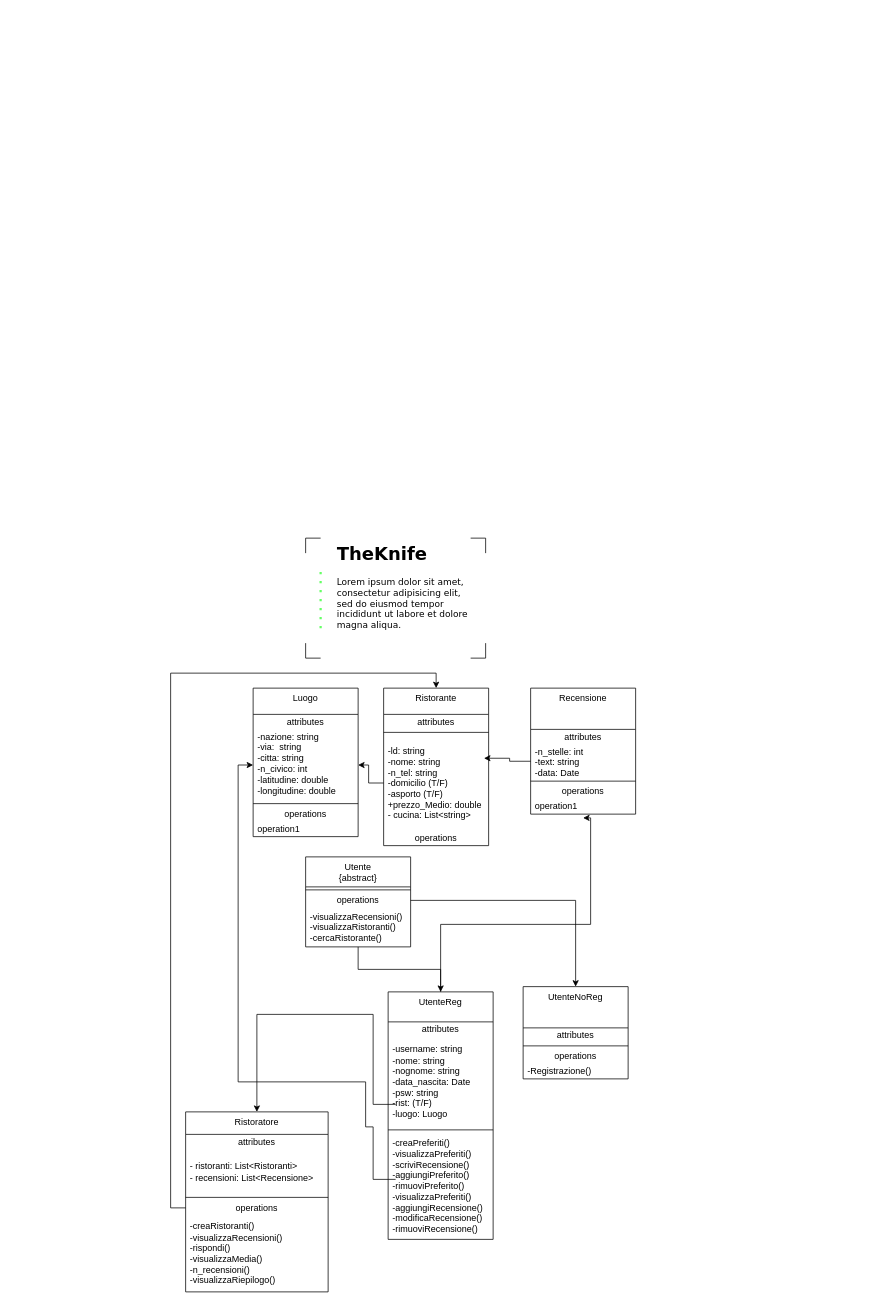
Above: resources/UML.drawio in Tommaso-Ossuzio/TheKnife (draw.io), before the change. Source tidied: cells renumbered, new cells numbered last; positions are measured from the earlier drawing's top-left corner, leaving out a move shared by most shapes. Both pictures are drawn from the tidied source at 75%, with x=0, y=0 at pixel (185, 538).
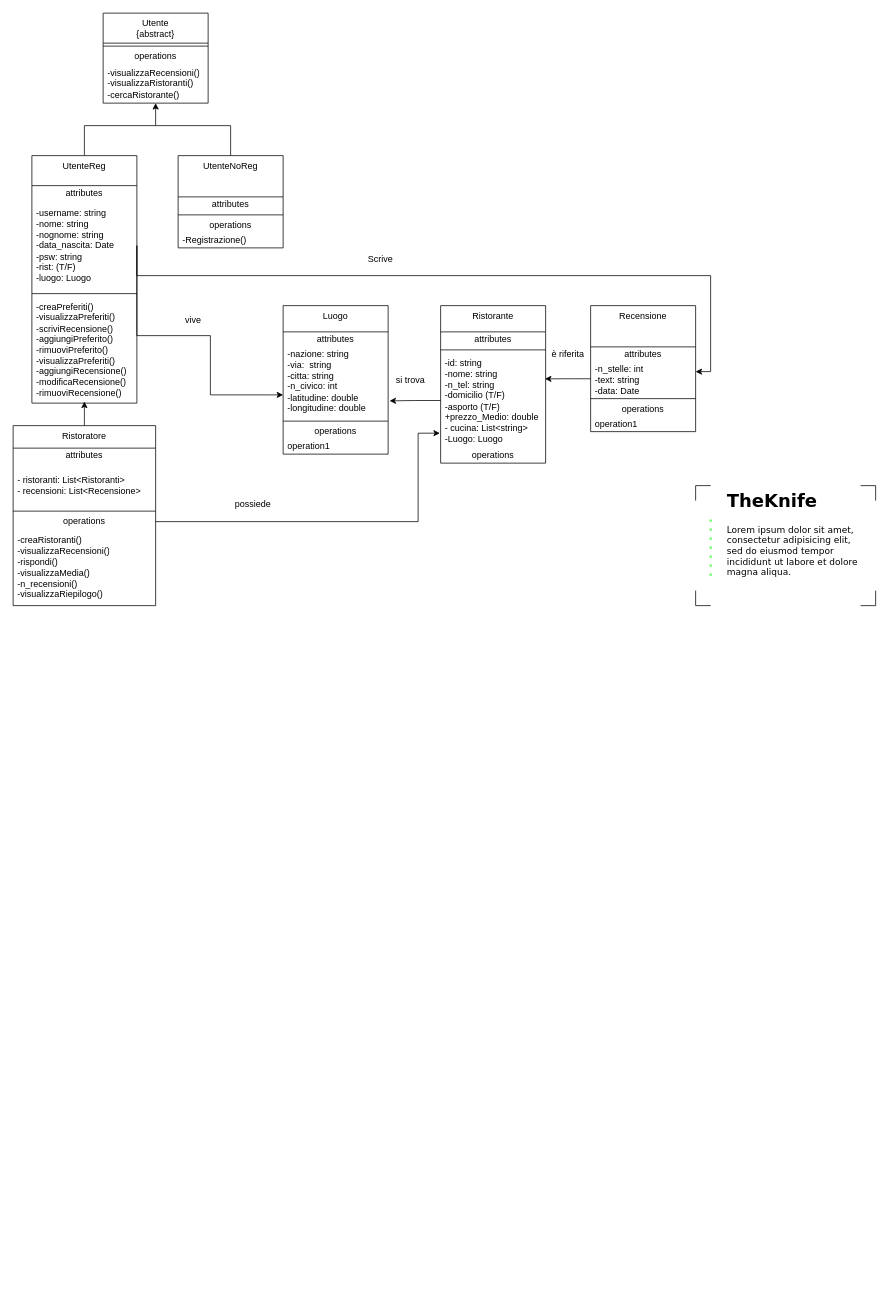
Above is the later version.

The change refers to these unchanged cells:
```xml
<mxCell id="16" value="-nazione: string&lt;div&gt;-via:&amp;nbsp; string&lt;/div&gt;&lt;div&gt;-citta: string&lt;/div&gt;&lt;div&gt;-n_civico: int&lt;/div&gt;&lt;div&gt;&lt;div&gt;-latitudine: double&lt;/div&gt;&lt;div&gt;-longitudine: double&lt;/div&gt;&lt;/div&gt;&lt;div&gt;&lt;br&gt;&lt;/div&gt;" style="text;html=1;strokeColor=none;fillColor=none;align=left;verticalAlign=middle;spacingLeft=4;spacingRight=4;overflow=hidden;points=[[0,0.5],[1,0.5]];portConstraint=eastwest;whiteSpace=wrap;" parent="14" vertex="1">
  <mxGeometry y="55" width="140" height="95" as="geometry" />
</mxCell>
<mxCell id="22" value="&lt;font style=&quot;color: light-dark(rgb(0, 0, 0), rgb(255, 255, 255));&quot;&gt;-n_stelle: int&lt;/font&gt;&lt;div&gt;&lt;font style=&quot;color: light-dark(rgb(0, 0, 0), rgb(255, 255, 255));&quot;&gt;-text: string&amp;nbsp;&lt;/font&gt;&lt;/div&gt;&lt;div&gt;&lt;font style=&quot;color: light-dark(rgb(0, 0, 0), rgb(255, 255, 255));&quot;&gt;-data: Date&lt;/font&gt;&lt;/div&gt;" style="text;html=1;strokeColor=light-dark(transparent,#FFFFFF);fillColor=none;align=left;verticalAlign=middle;spacingLeft=4;spacingRight=4;overflow=hidden;points=[[0,0.5],[1,0.5]];portConstraint=eastwest;fontColor=#808080;whiteSpace=wrap;" parent="20" vertex="1">
  <mxGeometry y="75" width="140" height="45" as="geometry" />
</mxCell>
<mxCell id="25" value="operation1" style="text;html=1;strokeColor=none;fillColor=none;align=left;verticalAlign=middle;spacingLeft=4;spacingRight=4;overflow=hidden;points=[[0,0.5],[1,0.5]];portConstraint=eastwest;whiteSpace=wrap;" parent="20" vertex="1">
  <mxGeometry y="148" width="140" height="20" as="geometry" />
</mxCell>
<mxCell id="30" value="operations" style="text;html=1;strokeColor=none;fillColor=none;align=center;verticalAlign=middle;spacingLeft=4;spacingRight=4;overflow=hidden;points=[[0,0.5],[1,0.5]];portConstraint=eastwest;whiteSpace=wrap;" parent="28" vertex="1">
  <mxGeometry y="48" width="140" height="20" as="geometry" />
</mxCell>
<mxCell id="34" value="&lt;div&gt;&lt;span style=&quot;color: light-dark(rgb(0, 0, 0), rgb(255, 255, 255)); background-color: transparent;&quot;&gt;-username: string&lt;/span&gt;&lt;/div&gt;&lt;div&gt;&lt;span style=&quot;color: light-dark(rgb(0, 0, 0), rgb(255, 255, 255)); background-color: transparent;&quot;&gt;-nome: string&lt;/span&gt;&lt;/div&gt;&lt;div style=&quot;color: rgb(127, 127, 127);&quot;&gt;&lt;font style=&quot;color: light-dark(rgb(0, 0, 0), rgb(255, 255, 255));&quot;&gt;-nognome: string&lt;/font&gt;&lt;/div&gt;&lt;div style=&quot;color: rgb(127, 127, 127);&quot;&gt;&lt;font style=&quot;color: light-dark(rgb(0, 0, 0), rgb(255, 255, 255));&quot;&gt;-data_nascita: Date&lt;/font&gt;&lt;/div&gt;&lt;div style=&quot;color: rgb(127, 127, 127);&quot;&gt;&lt;font style=&quot;color: light-dark(rgb(0, 0, 0), rgb(255, 255, 255));&quot;&gt;-psw: string&lt;/font&gt;&lt;/div&gt;&lt;div style=&quot;color: rgb(127, 127, 127);&quot;&gt;&lt;font style=&quot;color: light-dark(rgb(0, 0, 0), rgb(255, 255, 255));&quot;&gt;-rist: (T/F)&lt;/font&gt;&lt;/div&gt;&lt;div style=&quot;color: rgb(127, 127, 127);&quot;&gt;&lt;font style=&quot;color: light-dark(rgb(0, 0, 0), rgb(255, 255, 255));&quot;&gt;-luogo: Luogo&amp;nbsp;&lt;/font&gt;&lt;/div&gt;" style="text;html=1;strokeColor=none;fillColor=none;align=left;verticalAlign=middle;spacingLeft=4;spacingRight=4;overflow=hidden;points=[[0,0.5],[1,0.5]];portConstraint=eastwest;whiteSpace=wrap;" parent="32" vertex="1">
  <mxGeometry y="60" width="140" height="120" as="geometry" />
</mxCell>
<mxCell id="36" value="-creaPreferiti()&lt;div&gt;-visualizzaPreferiti()&lt;/div&gt;&lt;div&gt;-scriviRecensione()&lt;/div&gt;&lt;div&gt;-aggiungiPreferito()&lt;/div&gt;&lt;div&gt;-rimuoviPreferito()&lt;/div&gt;&lt;div&gt;-visualizzaPreferiti()&lt;/div&gt;&lt;div&gt;-aggiungiRecensione()&lt;/div&gt;&lt;div&gt;-modificaRecensione()&lt;/div&gt;&lt;div&gt;-rimuoviRecensione()&lt;/div&gt;" style="text;html=1;strokeColor=none;fillColor=none;align=left;verticalAlign=middle;spacingLeft=4;spacingRight=4;overflow=hidden;points=[[0,0.5],[1,0.5]];portConstraint=eastwest;whiteSpace=wrap;" parent="32" vertex="1">
  <mxGeometry y="188" width="140" height="142" as="geometry" />
</mxCell>
<mxCell id="46" value="operations" style="text;html=1;strokeColor=none;fillColor=none;align=center;verticalAlign=middle;spacingLeft=4;spacingRight=4;overflow=hidden;points=[[0,0.5],[1,0.5]];portConstraint=eastwest;whiteSpace=wrap;" parent="42" vertex="1">
  <mxGeometry y="118" width="190" height="20" as="geometry" />
</mxCell>
```

Diff of the diagram source:
```diff
@@
     <mxCell id="2" value="&lt;h1 style=&quot;margin-top: 0px;&quot;&gt;&lt;font face=&quot;Verdana&quot;&gt;TheKnife&lt;/font&gt;&lt;/h1&gt;&lt;p&gt;&lt;font face=&quot;Verdana&quot;&gt;Lorem ipsum dolor sit amet, consectetur adipisicing elit, sed do eiusmod tempor incididunt ut labore et dolore magna aliqua.&lt;/font&gt;&lt;/p&gt;" style="text;html=1;whiteSpace=wrap;overflow=hidden;rounded=0;" parent="1" vertex="1">
-      <mxGeometry x="200" width="180" height="140" as="geometry" />
+      <mxGeometry x="720" y="-70" width="180" height="140" as="geometry" />
     </mxCell>
     <mxCell id="3" style="endArrow=none;dashed=1;html=1;dashPattern=1 3;strokeWidth=3;rounded=0;fillColor=#d5e8d4;strokeColor=#66FF66;" parent="1" edge="1">
       <mxGeometry relative="1" as="geometry">
-        <mxPoint x="180" y="120" as="sourcePoint" />
-        <mxPoint x="180" y="40" as="targetPoint" />
+        <mxPoint x="700" y="50" as="sourcePoint" />
+        <mxPoint x="700" y="-30" as="targetPoint" />
       </mxGeometry>
     </mxCell>
     <mxCell id="4" style="endArrow=none;html=1;rounded=0;" parent="1" edge="1">
       <mxGeometry relative="1" as="geometry">
-        <mxPoint x="400" as="sourcePoint" />
-        <mxPoint x="380" as="targetPoint" />
+        <mxPoint x="920" y="-70" as="sourcePoint" />
+        <mxPoint x="900" y="-70" as="targetPoint" />
       </mxGeometry>
     </mxCell>
     <mxCell id="5" style="endArrow=none;html=1;rounded=0;" parent="1" edge="1">
       <mxGeometry relative="1" as="geometry">
-        <mxPoint x="400" as="sourcePoint" />
-        <mxPoint x="400" y="20" as="targetPoint" />
+        <mxPoint x="920" y="-70" as="sourcePoint" />
+        <mxPoint x="920" y="-50" as="targetPoint" />
       </mxGeometry>
     </mxCell>
     <mxCell id="6" style="endArrow=none;html=1;rounded=0;" parent="1" edge="1">
       <mxGeometry relative="1" as="geometry">
-        <mxPoint x="380" y="160" as="sourcePoint" />
-        <mxPoint x="400" y="140" as="targetPoint" />
+        <mxPoint x="900" y="90" as="sourcePoint" />
+        <mxPoint x="920" y="70" as="targetPoint" />
         <Array as="points">
-          <mxPoint x="400" y="160" />
+          <mxPoint x="920" y="90" />
         </Array>
       </mxGeometry>
     </mxCell>
     <mxCell id="7" style="endArrow=none;html=1;rounded=0;" parent="1" edge="1">
       <mxGeometry relative="1" as="geometry">
-        <mxPoint x="160" y="20" as="sourcePoint" />
-        <mxPoint x="180" as="targetPoint" />
+        <mxPoint x="680" y="-50" as="sourcePoint" />
+        <mxPoint x="700" y="-70" as="targetPoint" />
         <Array as="points">
-          <mxPoint x="160" />
+          <mxPoint x="680" y="-70" />
         </Array>
       </mxGeometry>
     </mxCell>
     <mxCell id="8" style="endArrow=none;html=1;rounded=0;" parent="1" edge="1">
       <mxGeometry relative="1" as="geometry">
-        <mxPoint x="180" y="160" as="sourcePoint" />
-        <mxPoint x="160" y="140" as="targetPoint" />
+        <mxPoint x="700" y="90" as="sourcePoint" />
+        <mxPoint x="680" y="70" as="targetPoint" />
         <Array as="points">
-          <mxPoint x="160" y="160" />
+          <mxPoint x="680" y="90" />
         </Array>
       </mxGeometry>
     </mxCell>
     <mxCell id="9" value="Ristorante" style="swimlane;fontStyle=0;align=center;verticalAlign=top;horizontal=1;startSize=35;html=1;whiteSpace=wrap;" parent="1" vertex="1">
-      <mxGeometry x="264" y="200" width="140" height="210" as="geometry" />
+      <mxGeometry x="340" y="-310" width="140" height="210" as="geometry" />
     </mxCell>
@@
-    <mxCell id="12" value="-ld: string&lt;div&gt;&lt;span style=&quot;background-color: transparent; color: light-dark(rgb(0, 0, 0), rgb(255, 255, 255));&quot;&gt;-nome: string&lt;/span&gt;&lt;div&gt;-n_tel: string&lt;/div&gt;&lt;div&gt;-domicilio (T/F)&lt;/div&gt;&lt;div&gt;&lt;span style=&quot;background-color: transparent; color: light-dark(rgb(0, 0, 0), rgb(255, 255, 255));&quot;&gt;-asporto&amp;nbsp;&lt;/span&gt;&lt;span style=&quot;background-color: transparent; color: light-dark(rgb(0, 0, 0), rgb(255, 255, 255));&quot;&gt;(T/F)&lt;/span&gt;&lt;/div&gt;&lt;div&gt;+prezzo_Medio: double&lt;/div&gt;&lt;/div&gt;&lt;div&gt;- cucina: List&amp;lt;string&amp;gt;&lt;/div&gt;" style="text;html=1;strokeColor=none;fillColor=none;align=left;verticalAlign=middle;spacingLeft=4;spacingRight=4;overflow=hidden;points=[[0,0.5],[1,0.5]];portConstraint=eastwest;whiteSpace=wrap;" parent="9" vertex="1">
+    <mxCell id="12" value="-id: string&lt;div&gt;&lt;span style=&quot;background-color: transparent; color: light-dark(rgb(0, 0, 0), rgb(255, 255, 255));&quot;&gt;-nome: string&lt;/span&gt;&lt;div&gt;-n_tel: string&lt;/div&gt;&lt;div&gt;-domicilio (T/F)&lt;/div&gt;&lt;div&gt;&lt;span style=&quot;background-color: transparent; color: light-dark(rgb(0, 0, 0), rgb(255, 255, 255));&quot;&gt;-asporto&amp;nbsp;&lt;/span&gt;&lt;span style=&quot;background-color: transparent; color: light-dark(rgb(0, 0, 0), rgb(255, 255, 255));&quot;&gt;(T/F)&lt;/span&gt;&lt;/div&gt;&lt;div&gt;+prezzo_Medio: double&lt;/div&gt;&lt;/div&gt;&lt;div&gt;- cucina: List&amp;lt;string&amp;gt;&lt;/div&gt;&lt;div&gt;-Luogo: Luogo&lt;/div&gt;" style="text;html=1;strokeColor=none;fillColor=none;align=left;verticalAlign=middle;spacingLeft=4;spacingRight=4;overflow=hidden;points=[[0,0.5],[1,0.5]];portConstraint=eastwest;whiteSpace=wrap;" parent="9" vertex="1">
       <mxGeometry y="63" width="140" height="127" as="geometry" />
     </mxCell>
@@
     <mxCell id="14" value="Luogo" style="swimlane;fontStyle=0;align=center;verticalAlign=top;horizontal=1;startSize=35;html=1;whiteSpace=wrap;" parent="1" vertex="1">
-      <mxGeometry x="90" y="200" width="140" height="198" as="geometry" />
+      <mxGeometry x="130" y="-310" width="140" height="198" as="geometry" />
     </mxCell>
@@
     <mxCell id="20" value="Recensione" style="swimlane;fontStyle=0;align=center;verticalAlign=top;horizontal=1;startSize=55;html=1;whiteSpace=wrap;" parent="1" vertex="1">
-      <mxGeometry x="460" y="200" width="140" height="168" as="geometry" />
+      <mxGeometry x="540" y="-310" width="140" height="168" as="geometry" />
     </mxCell>
@@
-    <mxCell id="26" style="edgeStyle=orthogonalEdgeStyle;rounded=0;jettySize=auto;html=1;exitX=0;exitY=0.5;exitDx=0;exitDy=0;entryX=1;entryY=0.5;entryDx=0;entryDy=0;" parent="1" edge="1" source="12" target="16">
-      <mxGeometry relative="1" as="geometry" />
-    </mxCell>
-    <mxCell id="27" style="edgeStyle=orthogonalEdgeStyle;rounded=0;jettySize=auto;html=1;entryX=0.5;entryY=0;entryDx=0;entryDy=0;" parent="1" edge="1" source="28" target="32">
-      <mxGeometry relative="1" as="geometry" />
-    </mxCell>
     <mxCell id="28" value="&lt;div&gt;Utente&lt;/div&gt;&lt;div&gt;{abstract}&lt;/div&gt;" style="swimlane;fontStyle=0;align=center;verticalAlign=top;horizontal=1;startSize=40;html=1;whiteSpace=wrap;" parent="1" vertex="1">
-      <mxGeometry x="160" y="425" width="140" height="120" as="geometry" />
+      <mxGeometry x="-110" y="-700" width="140" height="120" as="geometry" />
     </mxCell>
@@
+    <mxCell id="54" style="edgeStyle=orthogonalEdgeStyle;rounded=0;jettySize=auto;html=1;exitX=0.5;exitY=0;exitDx=0;exitDy=0;" parent="1" edge="1" source="32">
+      <mxGeometry relative="1" as="geometry">
+        <mxPoint x="-40" y="-580" as="targetPoint" />
+        <Array as="points">
+          <mxPoint x="-135" y="-550" />
+          <mxPoint x="-40" y="-550" />
+        </Array>
+      </mxGeometry>
+    </mxCell>
     <mxCell id="32" value="UtenteReg" style="swimlane;fontStyle=0;align=center;verticalAlign=top;horizontal=1;startSize=40;html=1;whiteSpace=wrap;" parent="1" vertex="1">
-      <mxGeometry x="270" y="605" width="140" height="330" as="geometry" />
+      <mxGeometry x="-205" y="-510" width="140" height="330" as="geometry" />
     </mxCell>
@@
     <mxCell id="37" value="&lt;span style=&quot;text-align: left;&quot;&gt;UtenteNoReg&lt;/span&gt;" style="swimlane;fontStyle=0;align=center;verticalAlign=top;horizontal=1;startSize=55;html=1;whiteSpace=wrap;" parent="1" vertex="1">
-      <mxGeometry x="450" y="598" width="140" height="123" as="geometry" />
+      <mxGeometry x="-10" y="-510" width="140" height="123" as="geometry" />
     </mxCell>
@@
     <mxCell id="42" value="Ristoratore" style="swimlane;fontStyle=0;align=center;verticalAlign=top;horizontal=1;startSize=30;html=1;whiteSpace=wrap;" parent="1" vertex="1">
-      <mxGeometry y="765" width="190" height="240" as="geometry" />
+      <mxGeometry x="-230" y="-150" width="190" height="240" as="geometry" />
     </mxCell>
@@
-    <mxCell id="48" style="edgeStyle=orthogonalEdgeStyle;rounded=0;jettySize=auto;html=1;entryX=0.5;entryY=0;entryDx=0;entryDy=0;" parent="1" edge="1" target="42">
-      <mxGeometry relative="1" as="geometry">
-        <mxPoint x="280" y="755" as="sourcePoint" />
-        <Array as="points">
-          <mxPoint x="250" y="755" />
-          <mxPoint x="250" y="635" />
-          <mxPoint x="95" y="635" />
-        </Array>
-      </mxGeometry>
-    </mxCell>
-    <mxCell id="49" style="edgeStyle=orthogonalEdgeStyle;rounded=0;jettySize=auto;html=1;exitX=0;exitY=0.5;exitDx=0;exitDy=0;entryX=0;entryY=0.5;entryDx=0;entryDy=0;" parent="1" edge="1" target="16">
-      <mxGeometry relative="1" as="geometry">
-        <mxPoint x="280" y="855" as="sourcePoint" />
-        <Array as="points">
-          <mxPoint x="250" y="855" />
-          <mxPoint x="250" y="785" />
-          <mxPoint x="240" y="785" />
-          <mxPoint x="240" y="725" />
-          <mxPoint x="70" y="725" />
-          <mxPoint x="70" y="303" />
-        </Array>
-      </mxGeometry>
-    </mxCell>
+    <mxCell id="55" style="rounded=0;jettySize=auto;html=1;exitX=0.5;exitY=0;exitDx=0;exitDy=0;edgeStyle=orthogonalEdgeStyle;endArrow=none;startFill=0;" parent="1" edge="1" source="37">
+      <mxGeometry relative="1" as="geometry">
+        <mxPoint x="-40" y="-550" as="targetPoint" />
+        <Array as="points">
+          <mxPoint x="60" y="-550" />
+          <mxPoint x="-40" y="-550" />
+        </Array>
+      </mxGeometry>
+    </mxCell>
+    <mxCell id="56" style="edgeStyle=orthogonalEdgeStyle;rounded=0;jettySize=auto;html=1;exitX=0.5;exitY=0;exitDx=0;exitDy=0;entryX=0.5;entryY=0.986;entryDx=0;entryDy=0;entryPerimeter=0;" parent="1" edge="1" source="42" target="36">
+      <mxGeometry relative="1" as="geometry" />
+    </mxCell>
+    <mxCell id="57" style="edgeStyle=orthogonalEdgeStyle;rounded=0;jettySize=auto;html=1;exitX=1;exitY=0.5;exitDx=0;exitDy=0;entryX=0;entryY=0.674;entryDx=0;entryDy=0;entryPerimeter=0;" parent="1" edge="1" source="34" target="16">
+      <mxGeometry relative="1" as="geometry">
+        <Array as="points">
+          <mxPoint x="-65" y="-270" />
+          <mxPoint x="33" y="-270" />
+          <mxPoint x="33" y="-191" />
+        </Array>
+      </mxGeometry>
+    </mxCell>
+    <mxCell id="26" style="edgeStyle=orthogonalEdgeStyle;rounded=0;jettySize=auto;html=1;exitX=0;exitY=0.5;exitDx=0;exitDy=0;entryX=1.014;entryY=0.758;entryDx=0;entryDy=0;entryPerimeter=0;" parent="1" edge="1" source="12" target="16">
+      <mxGeometry relative="1" as="geometry" />
+    </mxCell>
+    <mxCell id="58" style="edgeStyle=orthogonalEdgeStyle;rounded=0;jettySize=auto;html=1;exitX=1;exitY=0.5;exitDx=0;exitDy=0;entryX=-0.007;entryY=0.843;entryDx=0;entryDy=0;entryPerimeter=0;" parent="1" edge="1" source="46" target="12">
+      <mxGeometry relative="1" as="geometry">
+        <Array as="points">
+          <mxPoint x="310" y="-22" />
+          <mxPoint x="310" y="-140" />
+        </Array>
+      </mxGeometry>
+    </mxCell>
+    <mxCell id="59" style="edgeStyle=orthogonalEdgeStyle;rounded=0;jettySize=auto;html=1;exitX=1;exitY=0.5;exitDx=0;exitDy=0;entryX=1;entryY=0.289;entryDx=0;entryDy=0;entryPerimeter=0;" parent="1" edge="1" source="34" target="22">
+      <mxGeometry relative="1" as="geometry">
+        <Array as="points">
+          <mxPoint x="-65" y="-350" />
+          <mxPoint x="700" y="-350" />
+          <mxPoint x="700" y="-222" />
+        </Array>
+      </mxGeometry>
+    </mxCell>
+    <mxCell id="60" value="Scrive" style="text;html=1;align=center;verticalAlign=middle;whiteSpace=wrap;rounded=0;" parent="1" vertex="1">
+      <mxGeometry x="230" y="-387" width="60" height="30" as="geometry" />
+    </mxCell>
+    <mxCell id="61" value="vive" style="text;html=1;align=center;verticalAlign=middle;strokeColor=none;fillColor=none;" parent="1" vertex="1">
+      <mxGeometry x="-10" y="-306" width="40" height="30" as="geometry" />
+    </mxCell>
+    <mxCell id="62" value="si trova" style="text;html=1;align=center;verticalAlign=middle;whiteSpace=wrap;rounded=0;" parent="1" vertex="1">
+      <mxGeometry x="270" y="-226" width="60" height="30" as="geometry" />
+    </mxCell>
+    <mxCell id="63" value="possiede" style="text;html=1;align=center;verticalAlign=middle;whiteSpace=wrap;rounded=0;" parent="1" vertex="1">
+      <mxGeometry x="60" y="-60" width="60" height="30" as="geometry" />
+    </mxCell>
+    <mxCell id="64" value="è riferita" style="text;html=1;align=center;verticalAlign=middle;whiteSpace=wrap;rounded=0;" parent="1" vertex="1">
+      <mxGeometry x="480" y="-260" width="60" height="30" as="geometry" />
+    </mxCell>
-    <mxCell id="50" style="edgeStyle=orthogonalEdgeStyle;rounded=0;jettySize=auto;html=1;exitX=0;exitY=0.5;exitDx=0;exitDy=0;entryX=0.956;entryY=0.24;entryDx=0;entryDy=0;entryPerimeter=0;" parent="1" edge="1" source="22" target="12">
+    <mxCell id="50" style="edgeStyle=orthogonalEdgeStyle;rounded=0;jettySize=auto;html=1;exitX=0;exitY=0.5;exitDx=0;exitDy=0;entryX=0.994;entryY=0.273;entryDx=0;entryDy=0;entryPerimeter=0;" parent="1" edge="1" source="22" target="12">
       <mxGeometry relative="1" as="geometry" />
     </mxCell>
-    <mxCell id="51" style="edgeStyle=orthogonalEdgeStyle;rounded=0;jettySize=auto;html=1;exitX=1;exitY=0.5;exitDx=0;exitDy=0;entryX=0.5;entryY=0;entryDx=0;entryDy=0;" parent="1" edge="1" source="30" target="37">
-      <mxGeometry relative="1" as="geometry" />
-    </mxCell>
-    <mxCell id="52" style="edgeStyle=orthogonalEdgeStyle;rounded=0;jettySize=auto;html=1;exitX=0.5;exitY=0;exitDx=0;exitDy=0;entryX=0.5;entryY=1.25;entryDx=0;entryDy=0;entryPerimeter=0;" parent="1" edge="1" source="32" target="25">
-      <mxGeometry relative="1" as="geometry">
-        <Array as="points">
-          <mxPoint x="340" y="515" />
-          <mxPoint x="540" y="515" />
-          <mxPoint x="540" y="373" />
-        </Array>
-      </mxGeometry>
-    </mxCell>
-    <mxCell id="53" style="edgeStyle=orthogonalEdgeStyle;rounded=0;jettySize=auto;html=1;exitX=0;exitY=0.5;exitDx=0;exitDy=0;entryX=0.5;entryY=0;entryDx=0;entryDy=0;" parent="1" edge="1" source="46" target="9">
-      <mxGeometry relative="1" as="geometry" />
-    </mxCell>
```
